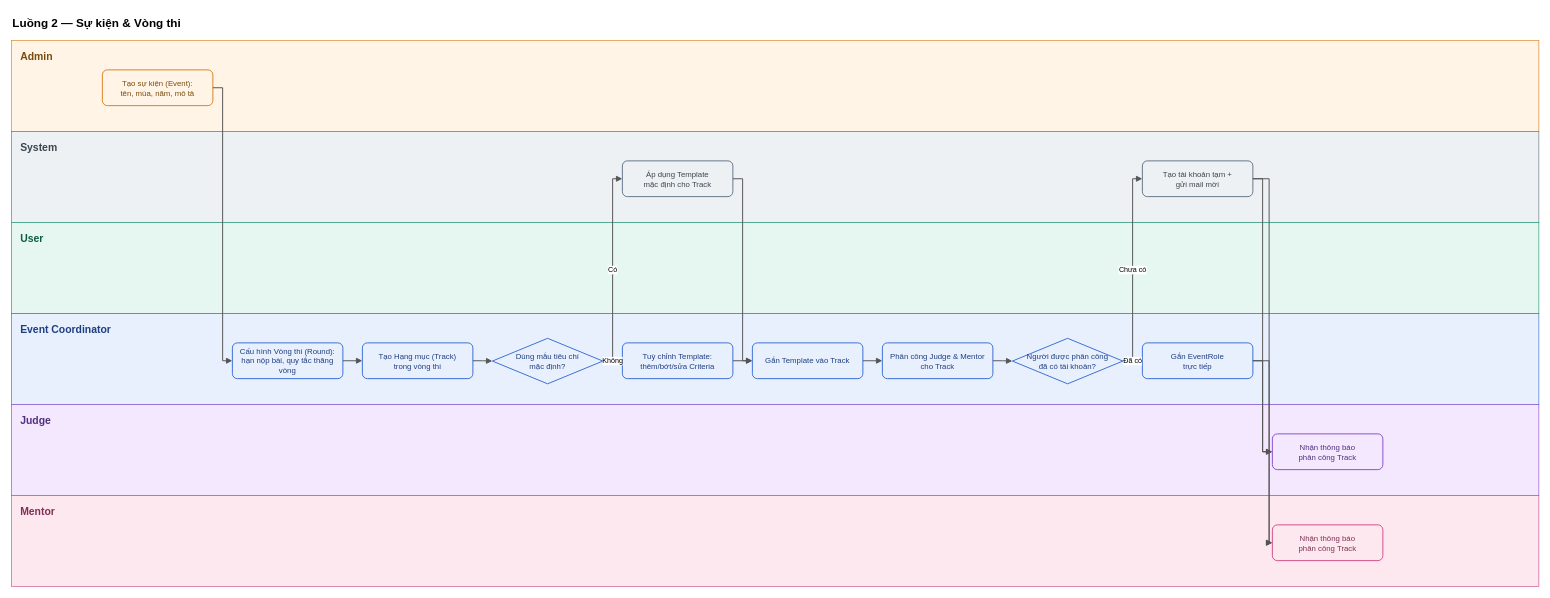
SU26-SWP-BL3W/SU26_SWP_BL3W_BE keeps this draw.io diagram as docs/swimlane/SEAL_flow2_event.drawio. Above is the earlier version. Source tidied: cells renumbered, new cells numbered last; positions are measured from the earlier drawing's top-left corner, leaving out a move shared by most shapes. Both pictures are drawn from the tidied source at 65%, with x=0, y=0 at pixel (11, 11).
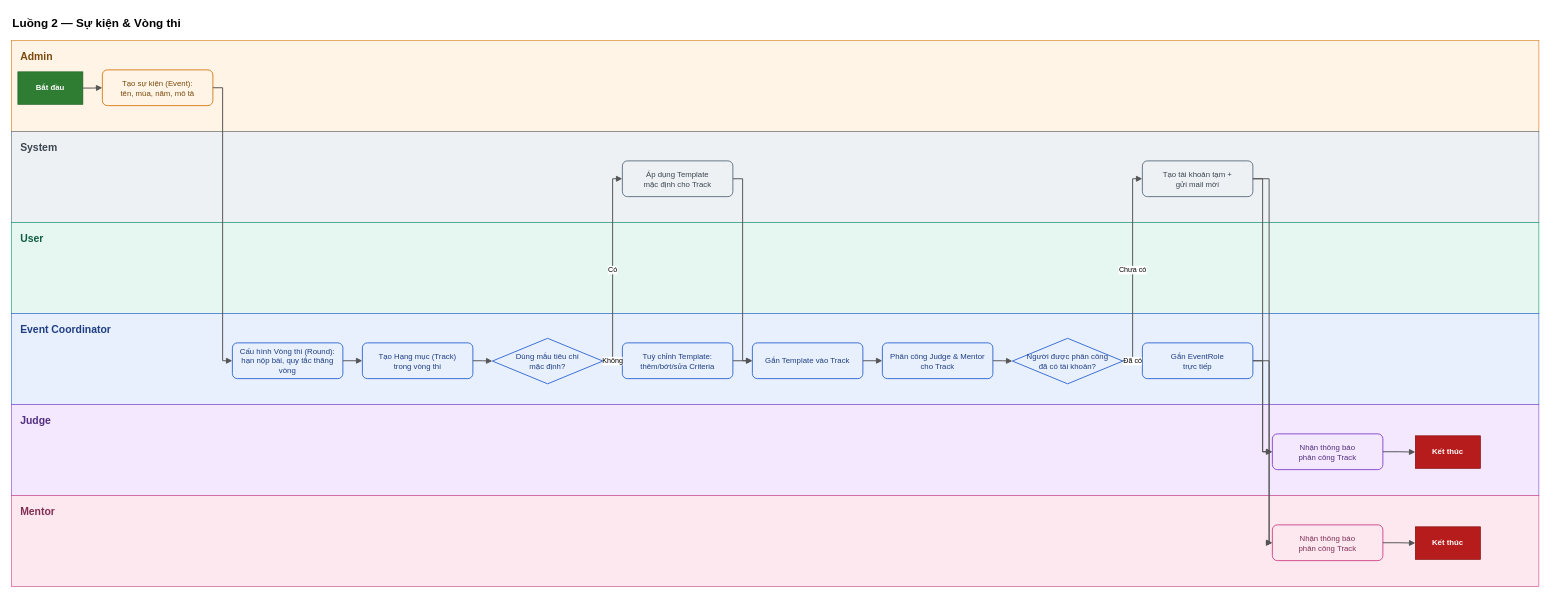
The same page after the edit.

Commit message (it also covers changes not shown here):
docs: them nut Bat dau/Ket thuc cho 3 swimlane flow 1-3

Unchanged cells that the change refers to:
```xml
<mxCell id="9" value="Tạo sự kiện (Event):&#10;tên, mùa, năm, mô tả" style="rounded=1;whiteSpace=wrap;html=1;arcSize=14;fontSize=12;strokeWidth=1.5;fillColor=#FFF4E5;strokeColor=#D98324;fontColor=#7A4A0E;" parent="1" vertex="1">
  <mxGeometry x="140" y="90" width="170" height="55" as="geometry" />
</mxCell>
<mxCell id="20" value="Nhận thông báo&#10;phân công Track" style="rounded=1;whiteSpace=wrap;html=1;arcSize=14;fontSize=12;strokeWidth=1.5;fillColor=#F3E8FD;strokeColor=#8B4FD1;fontColor=#532F80;" parent="1" vertex="1">
  <mxGeometry x="1940" y="650" width="170" height="55" as="geometry" />
</mxCell>
<mxCell id="21" value="Nhận thông báo&#10;phân công Track" style="rounded=1;whiteSpace=wrap;html=1;arcSize=14;fontSize=12;strokeWidth=1.5;fillColor=#FDE8F0;strokeColor=#D14F8B;fontColor=#802F53;" parent="1" vertex="1">
  <mxGeometry x="1940" y="790" width="170" height="55" as="geometry" />
</mxCell>
```

The edit, as a diff of the source:
```diff
@@
+    <mxCell id="37" value="Bắt đầu" style="terminator;whiteSpace=wrap;html=1;fontSize=12;fontStyle=1;fillColor=#2E7D32;strokeColor=#1B5E20;fontColor=#ffffff;" parent="1" vertex="1">
+      <mxGeometry x="10" y="93" width="100" height="50" as="geometry" />
+    </mxCell>
@@
+    <mxCell id="38" value="Kết thúc" style="terminator;whiteSpace=wrap;html=1;fontSize=12;fontStyle=1;fillColor=#B71C1C;strokeColor=#7F0000;fontColor=#ffffff;" parent="1" vertex="1">
+      <mxGeometry x="2160" y="653" width="100" height="50" as="geometry" />
+    </mxCell>
+    <mxCell id="39" value="Kết thúc" style="terminator;whiteSpace=wrap;html=1;fontSize=12;fontStyle=1;fillColor=#B71C1C;strokeColor=#7F0000;fontColor=#ffffff;" parent="1" vertex="1">
+      <mxGeometry x="2160" y="793" width="100" height="50" as="geometry" />
+    </mxCell>
+    <mxCell id="40" style="edgeStyle=orthogonalEdgeStyle;rounded=0;html=1;exitX=1;exitY=0.5;entryX=0;entryY=0.5;strokeColor=#555555;strokeWidth=1.5;endArrow=block;endFill=1;" parent="1" edge="1" source="37" target="9">
+      <mxGeometry relative="1" as="geometry" />
+    </mxCell>
+    <mxCell id="41" style="edgeStyle=orthogonalEdgeStyle;rounded=0;html=1;exitX=1;exitY=0.5;entryX=0;entryY=0.5;strokeColor=#555555;strokeWidth=1.5;endArrow=block;endFill=1;" parent="1" edge="1" source="20" target="38">
+      <mxGeometry relative="1" as="geometry" />
+    </mxCell>
+    <mxCell id="42" style="edgeStyle=orthogonalEdgeStyle;rounded=0;html=1;exitX=1;exitY=0.5;entryX=0;entryY=0.5;strokeColor=#555555;strokeWidth=1.5;endArrow=block;endFill=1;" parent="1" edge="1" source="21" target="39">
+      <mxGeometry relative="1" as="geometry" />
+    </mxCell>
```
